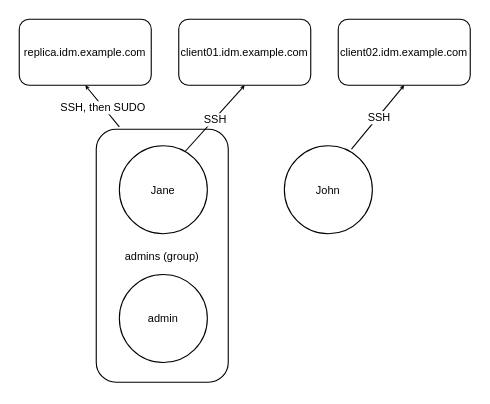
klara440/modular-docs-new keeps this draw.io diagram as HBAC+SUDO_Diagram.drawio. Above is the earlier version. Source tidied: cells renumbered, new cells numbered last; positions are measured from the earlier drawing's top-left corner, leaving out a move shared by most shapes. Both pictures are drawn from the tidied source at 110%, with x=0, y=0 at pixel (19, 19).
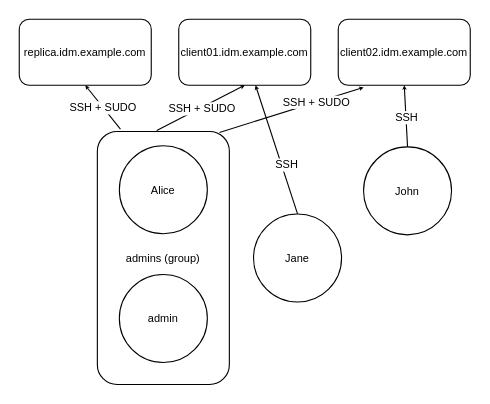
The same diagram, later.

The change refers to these unchanged cells:
```xml
<mxCell id="3" value="&lt;div&gt;client01.idm.example.com&lt;/div&gt;" style="rounded=1;whiteSpace=wrap;html=1;fontSize=10;" parent="1" vertex="1">
  <mxGeometry x="145" width="120" height="60" as="geometry" />
</mxCell>
<mxCell id="4" value="client02.idm.example.com" style="rounded=1;whiteSpace=wrap;html=1;fontSize=10;" parent="1" vertex="1">
  <mxGeometry x="290" width="120" height="60" as="geometry" />
</mxCell>
<mxCell id="13" style="endArrow=classic;html=1;rounded=0;fontSize=10;startSize=1;endSize=1;exitX=0.175;exitY=-0.009;exitDx=0;exitDy=0;exitPerimeter=0;entryX=0.5;entryY=1;entryDx=0;entryDy=0;" parent="1" edge="1" source="12" target="2">
  <mxGeometry relative="1" as="geometry" />
</mxCell>
```

What changed in the source:
```diff
@@
-    <mxCell id="5" value="Jane" style="ellipse;whiteSpace=wrap;html=1;fontSize=10;" parent="1" vertex="1">
+    <mxCell id="5" value="Alice" style="ellipse;whiteSpace=wrap;html=1;fontSize=10;" parent="1" vertex="1">
       <mxGeometry x="91" y="115" width="80" height="80" as="geometry" />
     </mxCell>
     <mxCell id="6" value="John" style="ellipse;whiteSpace=wrap;html=1;fontSize=10;" parent="1" vertex="1">
-      <mxGeometry x="241" y="115" width="80" height="80" as="geometry" />
+      <mxGeometry x="313" y="116" width="80" height="80" as="geometry" />
     </mxCell>
-    <mxCell id="7" style="endArrow=classic;html=1;rounded=0;fontSize=10;startSize=1;endSize=1;entryX=0.5;entryY=1;entryDx=0;entryDy=0;" parent="1" edge="1" target="3">
-      <mxGeometry relative="1" as="geometry">
-        <mxPoint x="151" y="120" as="sourcePoint" />
-      </mxGeometry>
-    </mxCell>
-    <mxCell id="8" value="&lt;div&gt;SSH&lt;/div&gt;" style="edgeLabel;html=1;align=center;verticalAlign=middle;fontSize=10;" parent="7" vertex="1">
-      <mxGeometry relative="1" as="geometry" />
-    </mxCell>
-    <mxCell id="9" style="endArrow=classic;html=1;rounded=0;fontSize=10;startSize=1;endSize=1;entryX=0.5;entryY=1;entryDx=0;entryDy=0;exitX=0.763;exitY=0.038;exitDx=0;exitDy=0;exitPerimeter=0;" parent="1" edge="1" source="6" target="4">
-      <mxGeometry relative="1" as="geometry" />
+    <mxCell id="9" style="endArrow=classic;html=1;rounded=0;fontSize=10;startSize=1;endSize=1;exitX=0.5;exitY=0;exitDx=0;exitDy=0;" parent="1" edge="1" source="6">
+      <mxGeometry relative="1" as="geometry">
+        <mxPoint x="350" y="60" as="targetPoint" />
+      </mxGeometry>
     </mxCell>
@@
     <mxCell id="12" value="admins (group)" style="rounded=1;whiteSpace=wrap;html=1;fontSize=10;fillColor=none;" parent="1" vertex="1">
-      <mxGeometry x="70" y="100" width="120" height="230" as="geometry" />
+      <mxGeometry x="71" y="102" width="120" height="230" as="geometry" />
     </mxCell>
@@
-    <mxCell id="14" value="SSH, then SUDO" style="edgeLabel;html=1;align=center;verticalAlign=middle;fontSize=10;fillColor=none;" parent="13" vertex="1">
+    <mxCell id="14" value="&lt;div&gt;SSH + SUDO&lt;/div&gt;" style="edgeLabel;html=1;align=center;verticalAlign=middle;fontSize=10;fillColor=none;" parent="13" vertex="1">
       <mxGeometry relative="1" as="geometry" />
     </mxCell>
+    <mxCell id="15" value="Jane" style="ellipse;whiteSpace=wrap;html=1;fontSize=10;" parent="1" vertex="1">
+      <mxGeometry x="213" y="177" width="80" height="80" as="geometry" />
+    </mxCell>
+    <mxCell id="16" style="endArrow=classic;html=1;rounded=0;fontSize=10;startSize=1;endSize=1;exitX=0.5;exitY=0;exitDx=0;exitDy=0;" parent="1" edge="1" source="15" target="3">
+      <mxGeometry relative="1" as="geometry" />
+    </mxCell>
+    <mxCell id="8" value="&lt;div&gt;SSH&lt;/div&gt;" style="edgeLabel;html=1;align=center;verticalAlign=middle;fontSize=10;fillColor=none;" parent="16" vertex="1">
+      <mxGeometry relative="1" as="geometry">
+        <mxPoint x="9" y="13" as="offset" />
+      </mxGeometry>
+    </mxCell>
+    <mxCell id="17" style="endArrow=classic;html=1;rounded=0;fontSize=10;startSize=1;endSize=1;exitX=0.45;exitY=-0.004;exitDx=0;exitDy=0;exitPerimeter=0;entryX=0.5;entryY=1;entryDx=0;entryDy=0;" parent="1" edge="1" source="12" target="3">
+      <mxGeometry relative="1" as="geometry" />
+    </mxCell>
+    <mxCell id="18" value="SSH + SUDO" style="edgeLabel;html=1;align=center;verticalAlign=middle;fontSize=10;fillColor=none;" parent="17" vertex="1">
+      <mxGeometry relative="1" as="geometry" />
+    </mxCell>
+    <mxCell id="19" style="endArrow=classic;html=1;rounded=0;fontSize=10;startSize=1;endSize=1;entryX=0.192;entryY=1.033;entryDx=0;entryDy=0;entryPerimeter=0;exitX=0.925;exitY=0.004;exitDx=0;exitDy=0;exitPerimeter=0;" parent="1" edge="1" source="12" target="4">
+      <mxGeometry relative="1" as="geometry" />
+    </mxCell>
+    <mxCell id="20" value="SSH + SUDO" style="edgeLabel;html=1;align=center;verticalAlign=middle;fontSize=10;fillColor=none;" parent="19" vertex="1">
+      <mxGeometry relative="1" as="geometry">
+        <mxPoint x="22" y="-8" as="offset" />
+      </mxGeometry>
+    </mxCell>
```
